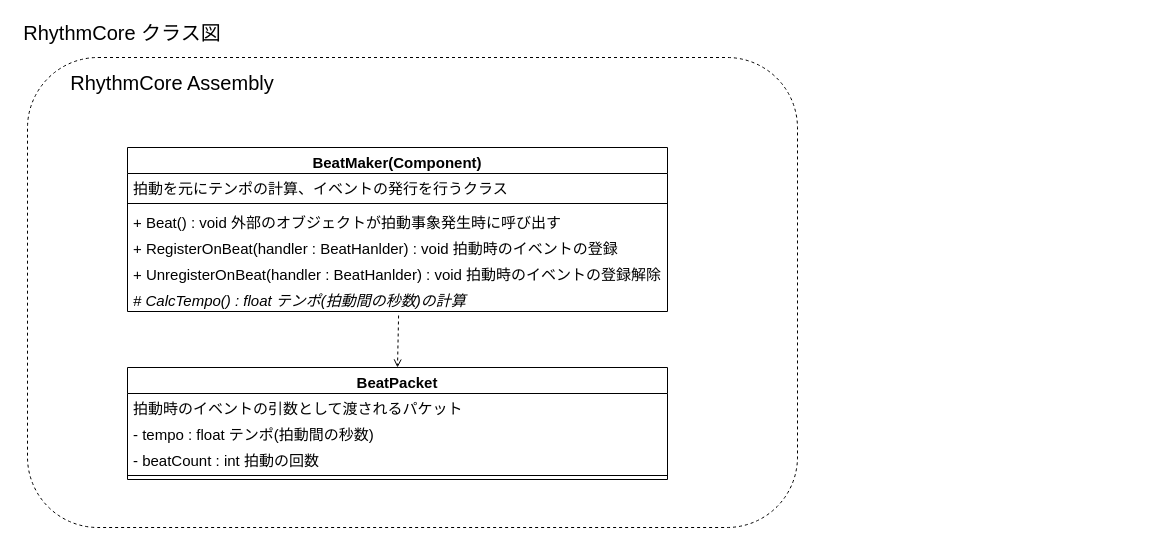
This is Designs/RhythmCore_ClassDiagram.drawio from Dumble009/RhythmCore, a draw.io file, before an edit. Source tidied: cells renumbered, new cells numbered last; positions are measured from the earlier drawing's top-left corner, leaving out a move shared by most shapes. Both pictures are drawn from the tidied source at 100%, with x=0, y=0 at pixel (17, 17).
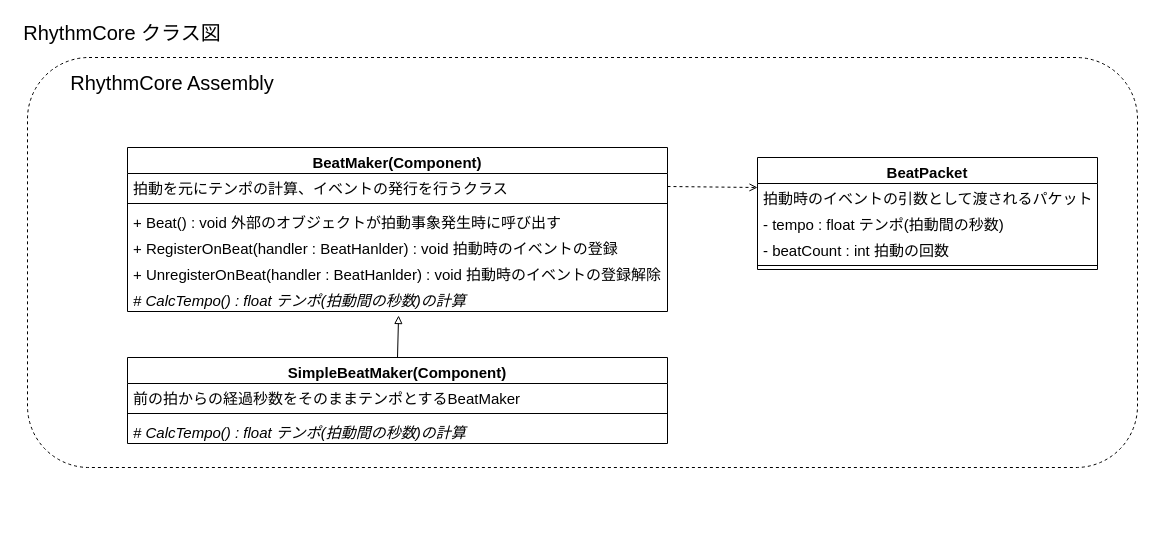
The same page after the edit.

Unchanged cells that the change refers to:
```xml
<mxCell id="5" value="拍動を元にテンポの計算、イベントの発行を行うクラス" style="text;strokeColor=none;fillColor=none;align=left;verticalAlign=top;spacingLeft=4;spacingRight=4;overflow=hidden;points=[[0,0.5],[1,0.5]];portConstraint=eastwest;fontSize=15;" parent="4" vertex="1">
  <mxGeometry y="26" width="540" height="26" as="geometry" />
</mxCell>
<mxCell id="10" value="# CalcTempo() : float テンポ(拍動間の秒数)の計算" style="text;strokeColor=none;fillColor=none;align=left;verticalAlign=top;spacingLeft=4;spacingRight=4;overflow=hidden;points=[[0,0.5],[1,0.5]];portConstraint=eastwest;fontSize=15;fontStyle=2;" parent="4" vertex="1">
  <mxGeometry y="138" width="540" height="26" as="geometry" />
</mxCell>
```

Change to the diagram source:
```diff
@@
     <mxCell id="2" style="rounded=1;whiteSpace=wrap;html=1;fontSize=15;fillColor=none;dashed=1;" parent="1" vertex="1">
-      <mxGeometry x="10" y="40" width="770" height="470" as="geometry" />
+      <mxGeometry x="10" y="40" width="1110" height="410" as="geometry" />
     </mxCell>
@@
     <mxCell id="12" value="BeatPacket" style="swimlane;fontStyle=1;align=center;verticalAlign=top;horizontal=1;startSize=26;fontSize=15;" parent="1" vertex="1">
-      <mxGeometry x="110" y="350" width="540" height="112" as="geometry" />
+      <mxGeometry x="740" y="140" width="340" height="112" as="geometry" />
     </mxCell>
     <mxCell id="13" value="拍動時のイベントの引数として渡されるパケット" style="text;strokeColor=none;fillColor=none;align=left;verticalAlign=top;spacingLeft=4;spacingRight=4;overflow=hidden;points=[[0,0.5],[1,0.5]];portConstraint=eastwest;fontSize=15;" parent="12" vertex="1">
-      <mxGeometry y="26" width="540" height="26" as="geometry" />
+      <mxGeometry y="26" width="340" height="26" as="geometry" />
     </mxCell>
     <mxCell id="14" value="- tempo : float テンポ(拍動間の秒数)" style="text;strokeColor=none;fillColor=none;align=left;verticalAlign=top;spacingLeft=4;spacingRight=4;overflow=hidden;fontSize=15;fontStyle=0;" parent="12" vertex="1">
-      <mxGeometry y="52" width="540" height="26" as="geometry" />
+      <mxGeometry y="52" width="340" height="26" as="geometry" />
     </mxCell>
     <mxCell id="15" value="- beatCount : int 拍動の回数" style="text;strokeColor=none;fillColor=none;align=left;verticalAlign=top;spacingLeft=4;spacingRight=4;overflow=hidden;fontSize=15;fontStyle=0;" parent="12" vertex="1">
-      <mxGeometry y="78" width="540" height="26" as="geometry" />
+      <mxGeometry y="78" width="340" height="26" as="geometry" />
     </mxCell>
     <mxCell id="16" style="line;strokeWidth=1;fillColor=none;align=left;verticalAlign=middle;spacingTop=-1;spacingLeft=3;spacingRight=3;labelPosition=right;fontSize=20;" parent="12" vertex="1">
-      <mxGeometry y="104" width="540" height="8" as="geometry" />
+      <mxGeometry y="104" width="340" height="8" as="geometry" />
     </mxCell>
-    <mxCell id="17" style="endArrow=open;html=1;rounded=0;fontSize=15;exitX=0.502;exitY=1.154;exitDx=0;exitDy=0;entryX=0.5;entryY=0;entryDx=0;entryDy=0;dashed=1;endFill=0;exitPerimeter=0;" parent="1" edge="1" source="10" target="12">
+    <mxCell id="17" style="endArrow=open;html=1;rounded=0;fontSize=15;exitX=1;exitY=0.5;exitDx=0;exitDy=0;entryX=0;entryY=0.154;entryDx=0;entryDy=0;dashed=1;endFill=0;entryPerimeter=0;" parent="1" edge="1" source="5" target="13">
       <mxGeometry relative="1" as="geometry" />
     </mxCell>
+    <mxCell id="18" value="SimpleBeatMaker(Component)" style="swimlane;fontStyle=1;align=center;verticalAlign=top;horizontal=1;startSize=26;fontSize=15;" parent="1" vertex="1">
+      <mxGeometry x="110" y="340" width="540" height="86" as="geometry" />
+    </mxCell>
+    <mxCell id="19" value="前の拍からの経過秒数をそのままテンポとするBeatMaker" style="text;strokeColor=none;fillColor=none;align=left;verticalAlign=top;spacingLeft=4;spacingRight=4;overflow=hidden;fontSize=15;" parent="18" vertex="1">
+      <mxGeometry y="26" width="540" height="26" as="geometry" />
+    </mxCell>
+    <mxCell id="20" style="line;strokeWidth=1;fillColor=none;align=left;verticalAlign=middle;spacingTop=-1;spacingLeft=3;spacingRight=3;labelPosition=right;fontSize=20;" parent="18" vertex="1">
+      <mxGeometry y="52" width="540" height="8" as="geometry" />
+    </mxCell>
+    <mxCell id="21" value="# CalcTempo() : float テンポ(拍動間の秒数)の計算" style="text;strokeColor=none;fillColor=none;align=left;verticalAlign=top;spacingLeft=4;spacingRight=4;overflow=hidden;fontSize=15;fontStyle=2;" parent="18" vertex="1">
+      <mxGeometry y="60" width="540" height="26" as="geometry" />
+    </mxCell>
+    <mxCell id="22" style="endArrow=block;html=1;rounded=0;fontSize=15;exitX=0.5;exitY=0;exitDx=0;exitDy=0;entryX=0.502;entryY=1.154;entryDx=0;entryDy=0;endFill=0;entryPerimeter=0;" parent="1" edge="1" source="18" target="10">
+      <mxGeometry relative="1" as="geometry" />
+    </mxCell>
```
